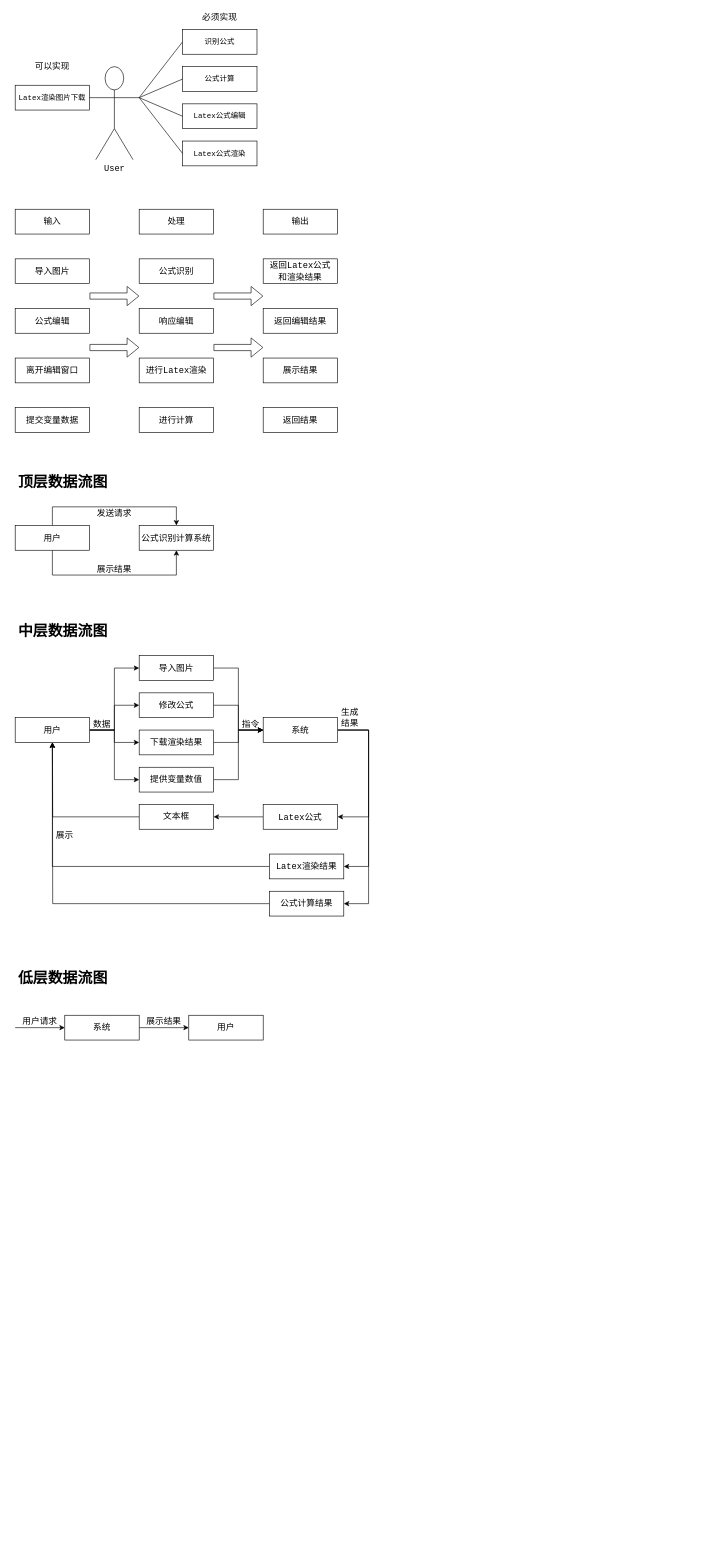
The draw.io diagram img/img.drawio in IshiKura-a/CPP_PROJECT_2020, before the edit. Source tidied: cells renumbered, new cells numbered last; positions are measured from the earlier drawing's top-left corner, leaving out a move shared by most shapes. Both pictures are drawn from the tidied source at 62%, with x=0, y=0 at pixel (15, 11).
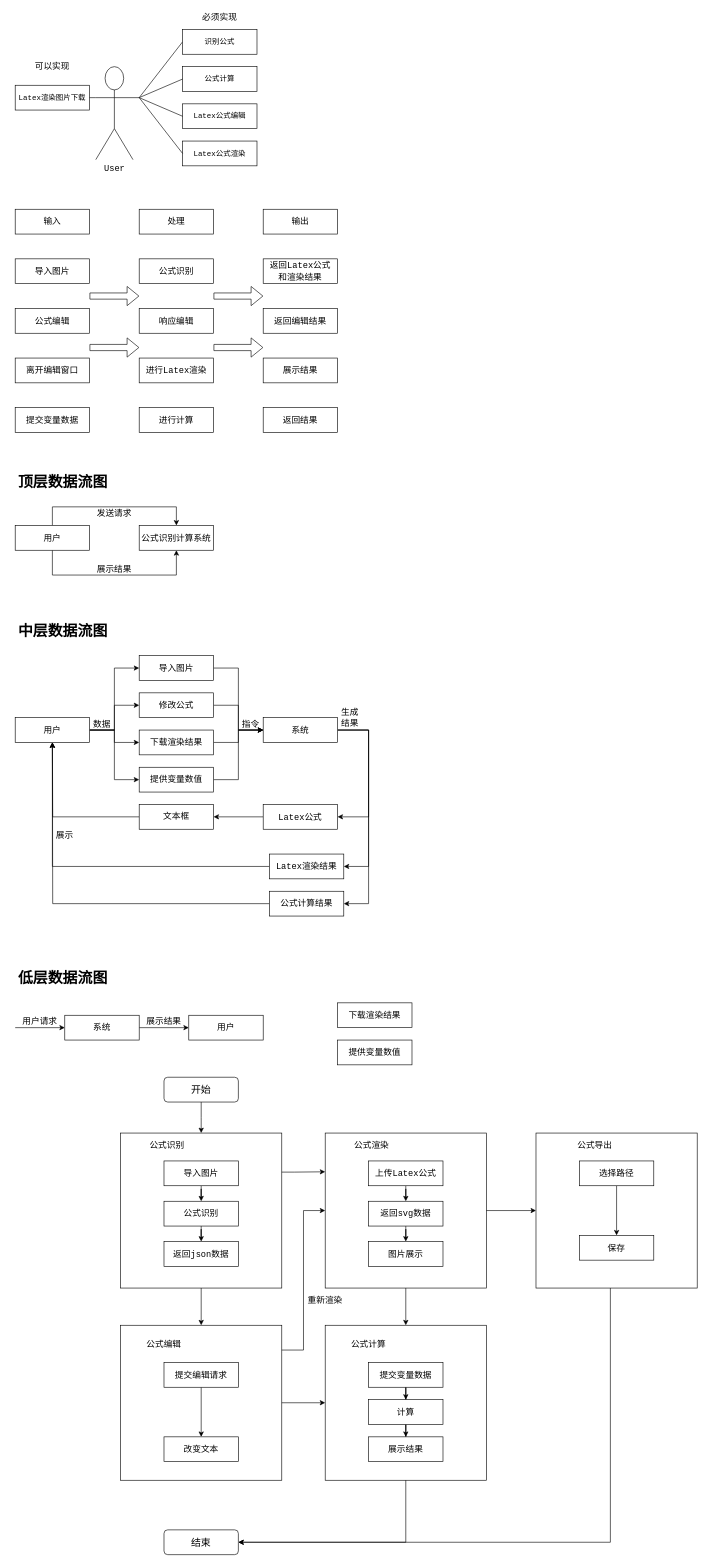
The same page after the edit.

Diff of the diagram source:
```diff
@@
+    <mxCell id="79" style="edgeStyle=orthogonalEdgeStyle;rounded=0;jettySize=auto;html=1;" parent="1" edge="1" source="81" target="85">
+      <mxGeometry relative="1" as="geometry" />
+    </mxCell>
+    <mxCell id="80" style="edgeStyle=orthogonalEdgeStyle;rounded=0;jettySize=auto;html=1;" parent="1" edge="1" source="81" target="83">
+      <mxGeometry relative="1" as="geometry" />
+    </mxCell>
+    <mxCell id="81" style="rounded=0;whiteSpace=wrap;html=1;fillColor=none;" parent="1" vertex="1">
+      <mxGeometry x="500" y="1810" width="260" height="250" as="geometry" />
+    </mxCell>
+    <mxCell id="82" style="edgeStyle=orthogonalEdgeStyle;rounded=0;jettySize=auto;html=1;entryX=1;entryY=0.5;entryDx=0;entryDy=0;" parent="1" edge="1" source="83" target="123">
+      <mxGeometry relative="1" as="geometry">
+        <Array as="points">
+          <mxPoint x="960" y="2470" />
+        </Array>
+      </mxGeometry>
+    </mxCell>
+    <mxCell id="83" style="rounded=0;whiteSpace=wrap;html=1;fillColor=none;" parent="1" vertex="1">
+      <mxGeometry x="840" y="1810" width="260" height="250" as="geometry" />
+    </mxCell>
+    <mxCell id="84" style="edgeStyle=orthogonalEdgeStyle;rounded=0;jettySize=auto;html=1;entryX=1;entryY=0.5;entryDx=0;entryDy=0;" parent="1" edge="1" source="85" target="123">
+      <mxGeometry relative="1" as="geometry">
+        <Array as="points">
+          <mxPoint x="630" y="2470" />
+        </Array>
+      </mxGeometry>
+    </mxCell>
+    <mxCell id="85" style="rounded=0;whiteSpace=wrap;html=1;fillColor=none;" parent="1" vertex="1">
+      <mxGeometry x="500" y="2120" width="260" height="250" as="geometry" />
+    </mxCell>
+    <mxCell id="86" style="edgeStyle=orthogonalEdgeStyle;rounded=0;jettySize=auto;html=1;entryX=0;entryY=0.25;entryDx=0;entryDy=0;" parent="1" edge="1" source="88" target="81">
+      <mxGeometry relative="1" as="geometry">
+        <Array as="points">
+          <mxPoint x="450" y="1873" />
+          <mxPoint x="450" y="1873" />
+        </Array>
+      </mxGeometry>
+    </mxCell>
+    <mxCell id="87" style="edgeStyle=orthogonalEdgeStyle;rounded=0;jettySize=auto;html=1;" parent="1" edge="1" source="88" target="107">
+      <mxGeometry relative="1" as="geometry" />
+    </mxCell>
+    <mxCell id="88" style="rounded=0;whiteSpace=wrap;html=1;fillColor=none;" parent="1" vertex="1">
+      <mxGeometry x="170" y="1810" width="260" height="250" as="geometry" />
+    </mxCell>
@@
+    <mxCell id="89" style="edgeStyle=orthogonalEdgeStyle;rounded=0;jettySize=auto;html=1;" parent="1" edge="1" source="90">
+      <mxGeometry relative="1" as="geometry">
+        <mxPoint x="300" y="1810" as="targetPoint" />
+      </mxGeometry>
+    </mxCell>
+    <mxCell id="90" value="&lt;font size=&quot;3&quot;&gt;开始&lt;/font&gt;" style="rounded=1;whiteSpace=wrap;html=1;" parent="1" vertex="1">
+      <mxGeometry x="240" y="1720" width="120" height="40" as="geometry" />
+    </mxCell>
+    <mxCell id="91" value="&lt;span style=&quot;font-size: 14px&quot;&gt;图片展示&lt;/span&gt;" style="rounded=0;whiteSpace=wrap;html=1;" parent="1" vertex="1">
+      <mxGeometry x="570" y="1985" width="120" height="40" as="geometry" />
+    </mxCell>
+    <mxCell id="92" value="&lt;span style=&quot;font-size: 14px&quot;&gt;下载渲染结果&lt;/span&gt;" style="rounded=0;whiteSpace=wrap;html=1;" parent="1" vertex="1">
+      <mxGeometry x="520" y="1600" width="120" height="40" as="geometry" />
+    </mxCell>
+    <mxCell id="93" value="&lt;span style=&quot;font-size: 14px&quot;&gt;提供变量数值&lt;/span&gt;" style="rounded=0;whiteSpace=wrap;html=1;" parent="1" vertex="1">
+      <mxGeometry x="520" y="1660" width="120" height="40" as="geometry" />
+    </mxCell>
+    <mxCell id="94" style="edgeStyle=orthogonalEdgeStyle;rounded=0;jettySize=auto;html=1;" parent="1" edge="1" source="95" target="98">
+      <mxGeometry relative="1" as="geometry" />
+    </mxCell>
+    <mxCell id="95" value="&lt;span style=&quot;font-size: 14px&quot;&gt;导入图片&lt;/span&gt;" style="rounded=0;whiteSpace=wrap;html=1;" parent="1" vertex="1">
+      <mxGeometry x="240" y="1855" width="120" height="40" as="geometry" />
+    </mxCell>
+    <mxCell id="96" value="&lt;span style=&quot;font-size: 14px&quot;&gt;公式识别&lt;/span&gt;" style="text;html=1;strokeColor=none;fillColor=none;align=center;verticalAlign=middle;whiteSpace=wrap;rounded=0;" parent="1" vertex="1">
+      <mxGeometry x="210" y="1820" width="70" height="20" as="geometry" />
+    </mxCell>
+    <mxCell id="97" style="edgeStyle=orthogonalEdgeStyle;rounded=0;jettySize=auto;html=1;" parent="1" edge="1" source="98" target="99">
+      <mxGeometry relative="1" as="geometry" />
+    </mxCell>
+    <mxCell id="98" value="&lt;span style=&quot;font-size: 14px&quot;&gt;公式识别&lt;/span&gt;" style="rounded=0;whiteSpace=wrap;html=1;" parent="1" vertex="1">
+      <mxGeometry x="240" y="1920" width="120" height="40" as="geometry" />
+    </mxCell>
+    <mxCell id="99" value="&lt;span style=&quot;font-size: 14px&quot;&gt;返回&lt;font face=&quot;Courier New&quot;&gt;json&lt;/font&gt;数据&lt;/span&gt;" style="rounded=0;whiteSpace=wrap;html=1;" parent="1" vertex="1">
+      <mxGeometry x="240" y="1985" width="120" height="40" as="geometry" />
+    </mxCell>
+    <mxCell id="100" value="&lt;span style=&quot;font-size: 14px&quot;&gt;公式渲染&lt;/span&gt;" style="text;html=1;strokeColor=none;fillColor=none;align=center;verticalAlign=middle;whiteSpace=wrap;rounded=0;" parent="1" vertex="1">
+      <mxGeometry x="540" y="1820" width="70" height="20" as="geometry" />
+    </mxCell>
+    <mxCell id="101" style="edgeStyle=orthogonalEdgeStyle;rounded=0;jettySize=auto;html=1;" parent="1" edge="1" source="102" target="104">
+      <mxGeometry relative="1" as="geometry" />
+    </mxCell>
+    <mxCell id="102" value="&lt;span style=&quot;font-size: 14px&quot;&gt;上传&lt;font face=&quot;Courier New&quot;&gt;Latex&lt;/font&gt;公式&lt;/span&gt;" style="rounded=0;whiteSpace=wrap;html=1;" parent="1" vertex="1">
+      <mxGeometry x="570" y="1855" width="120" height="40" as="geometry" />
+    </mxCell>
+    <mxCell id="103" style="edgeStyle=orthogonalEdgeStyle;rounded=0;jettySize=auto;html=1;" parent="1" edge="1" source="104" target="91">
+      <mxGeometry relative="1" as="geometry" />
+    </mxCell>
+    <mxCell id="104" value="&lt;span style=&quot;font-size: 14px&quot;&gt;返回&lt;font face=&quot;Courier New&quot;&gt;svg&lt;/font&gt;数据&lt;/span&gt;" style="rounded=0;whiteSpace=wrap;html=1;" parent="1" vertex="1">
+      <mxGeometry x="570" y="1920" width="120" height="40" as="geometry" />
+    </mxCell>
+    <mxCell id="105" style="edgeStyle=orthogonalEdgeStyle;rounded=0;jettySize=auto;html=1;entryX=0;entryY=0.5;entryDx=0;entryDy=0;" parent="1" edge="1" source="107" target="81">
+      <mxGeometry relative="1" as="geometry">
+        <Array as="points">
+          <mxPoint x="465" y="2160" />
+          <mxPoint x="465" y="1935" />
+        </Array>
+      </mxGeometry>
+    </mxCell>
+    <mxCell id="106" style="edgeStyle=orthogonalEdgeStyle;rounded=0;jettySize=auto;html=1;" parent="1" edge="1" source="107" target="85">
+      <mxGeometry relative="1" as="geometry" />
+    </mxCell>
+    <mxCell id="107" style="rounded=0;whiteSpace=wrap;html=1;fillColor=none;" parent="1" vertex="1">
+      <mxGeometry x="170" y="2120" width="260" height="250" as="geometry" />
+    </mxCell>
+    <mxCell id="108" value="&lt;span style=&quot;font-size: 14px&quot;&gt;公式编辑&lt;/span&gt;" style="text;html=1;strokeColor=none;fillColor=none;align=center;verticalAlign=middle;whiteSpace=wrap;rounded=0;" parent="1" vertex="1">
+      <mxGeometry x="205" y="2140" width="70" height="20" as="geometry" />
+    </mxCell>
+    <mxCell id="109" style="edgeStyle=orthogonalEdgeStyle;rounded=0;jettySize=auto;html=1;" parent="1" edge="1" source="110" target="111">
+      <mxGeometry relative="1" as="geometry" />
+    </mxCell>
+    <mxCell id="110" value="&lt;span style=&quot;font-size: 14px&quot;&gt;提交编辑请求&lt;/span&gt;" style="rounded=0;whiteSpace=wrap;html=1;" parent="1" vertex="1">
+      <mxGeometry x="240" y="2180" width="120" height="40" as="geometry" />
+    </mxCell>
+    <mxCell id="111" value="&lt;span style=&quot;font-size: 14px&quot;&gt;改变文本&lt;/span&gt;" style="rounded=0;whiteSpace=wrap;html=1;" parent="1" vertex="1">
+      <mxGeometry x="240" y="2300" width="120" height="40" as="geometry" />
+    </mxCell>
+    <mxCell id="112" value="&lt;span style=&quot;font-size: 14px&quot;&gt;重新渲染&lt;/span&gt;" style="text;html=1;strokeColor=none;fillColor=none;align=center;verticalAlign=middle;whiteSpace=wrap;rounded=0;" parent="1" vertex="1">
+      <mxGeometry x="465" y="2070" width="70" height="20" as="geometry" />
+    </mxCell>
+    <mxCell id="113" value="&lt;span style=&quot;font-size: 14px&quot;&gt;公式导出&lt;/span&gt;" style="text;html=1;strokeColor=none;fillColor=none;align=center;verticalAlign=middle;whiteSpace=wrap;rounded=0;" parent="1" vertex="1">
+      <mxGeometry x="900" y="1820" width="70" height="20" as="geometry" />
+    </mxCell>
+    <mxCell id="114" style="edgeStyle=orthogonalEdgeStyle;rounded=0;jettySize=auto;html=1;" parent="1" edge="1" source="115" target="116">
+      <mxGeometry relative="1" as="geometry" />
+    </mxCell>
+    <mxCell id="115" value="&lt;span style=&quot;font-size: 14px&quot;&gt;选择路径&lt;/span&gt;" style="rounded=0;whiteSpace=wrap;html=1;" parent="1" vertex="1">
+      <mxGeometry x="910" y="1855" width="120" height="40" as="geometry" />
+    </mxCell>
+    <mxCell id="116" value="&lt;span style=&quot;font-size: 14px&quot;&gt;保存&lt;/span&gt;" style="rounded=0;whiteSpace=wrap;html=1;" parent="1" vertex="1">
+      <mxGeometry x="910" y="1975" width="120" height="40" as="geometry" />
+    </mxCell>
+    <mxCell id="117" value="&lt;span style=&quot;font-size: 14px&quot;&gt;公式计算&lt;/span&gt;" style="text;html=1;strokeColor=none;fillColor=none;align=center;verticalAlign=middle;whiteSpace=wrap;rounded=0;" parent="1" vertex="1">
+      <mxGeometry x="535" y="2140" width="70" height="20" as="geometry" />
+    </mxCell>
+    <mxCell id="118" style="edgeStyle=orthogonalEdgeStyle;rounded=0;jettySize=auto;html=1;" parent="1" edge="1" source="119" target="121">
+      <mxGeometry relative="1" as="geometry" />
+    </mxCell>
+    <mxCell id="119" value="&lt;span style=&quot;font-size: 14px&quot;&gt;提交变量数据&lt;/span&gt;" style="rounded=0;whiteSpace=wrap;html=1;" parent="1" vertex="1">
+      <mxGeometry x="570" y="2180" width="120" height="40" as="geometry" />
+    </mxCell>
+    <mxCell id="120" style="edgeStyle=orthogonalEdgeStyle;rounded=0;jettySize=auto;html=1;" parent="1" edge="1" source="121" target="122">
+      <mxGeometry relative="1" as="geometry" />
+    </mxCell>
+    <mxCell id="121" value="&lt;span style=&quot;font-size: 14px&quot;&gt;计算&lt;/span&gt;" style="rounded=0;whiteSpace=wrap;html=1;" parent="1" vertex="1">
+      <mxGeometry x="570" y="2240" width="120" height="40" as="geometry" />
+    </mxCell>
+    <mxCell id="122" value="&lt;span style=&quot;font-size: 14px&quot;&gt;展示结果&lt;/span&gt;" style="rounded=0;whiteSpace=wrap;html=1;" parent="1" vertex="1">
+      <mxGeometry x="570" y="2300" width="120" height="40" as="geometry" />
+    </mxCell>
+    <mxCell id="123" value="&lt;font size=&quot;3&quot;&gt;结束&lt;/font&gt;" style="rounded=1;whiteSpace=wrap;html=1;" parent="1" vertex="1">
+      <mxGeometry x="240" y="2450" width="120" height="40" as="geometry" />
+    </mxCell>
```
